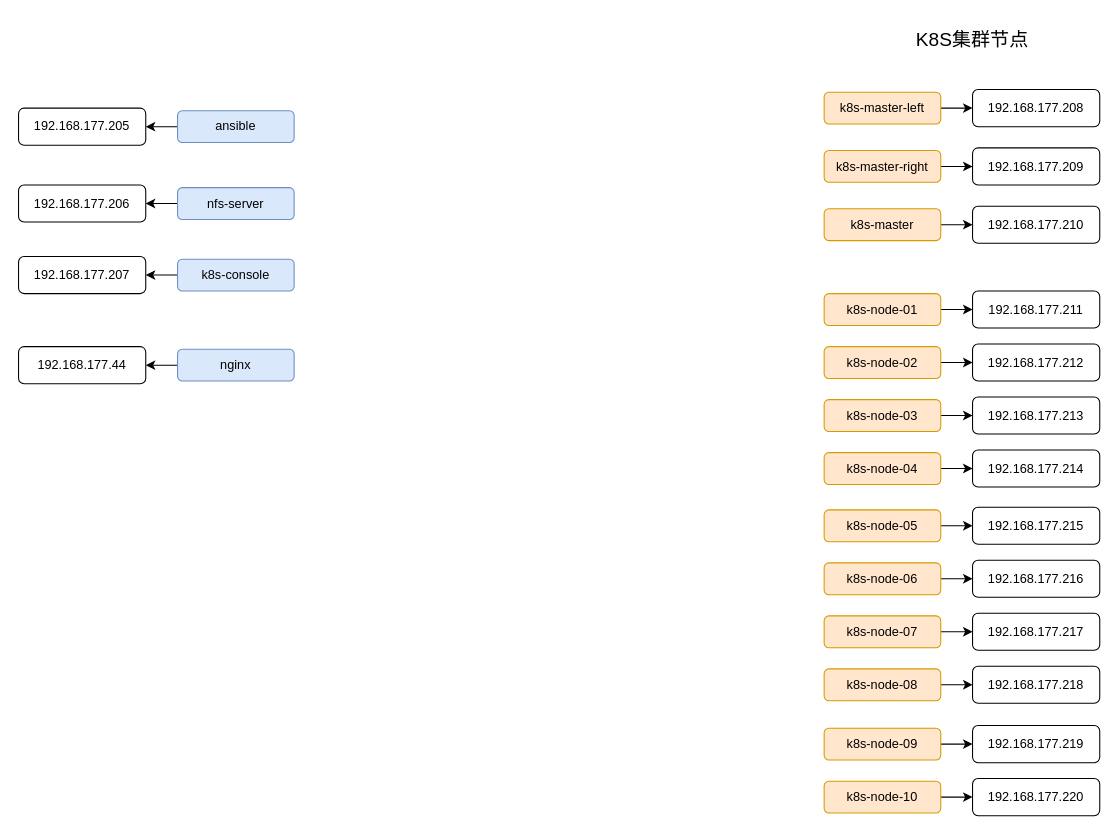
Before: juneyao/均瑶云k8s环境.drawio in sjwayrhz/diagrams, a draw.io diagram. Source tidied: cells renumbered, new cells numbered last; positions are measured from the earlier drawing's top-left corner, leaving out a move shared by most shapes. Both pictures are drawn from the tidied source at 106%, with x=0, y=0 at pixel (18, 18).
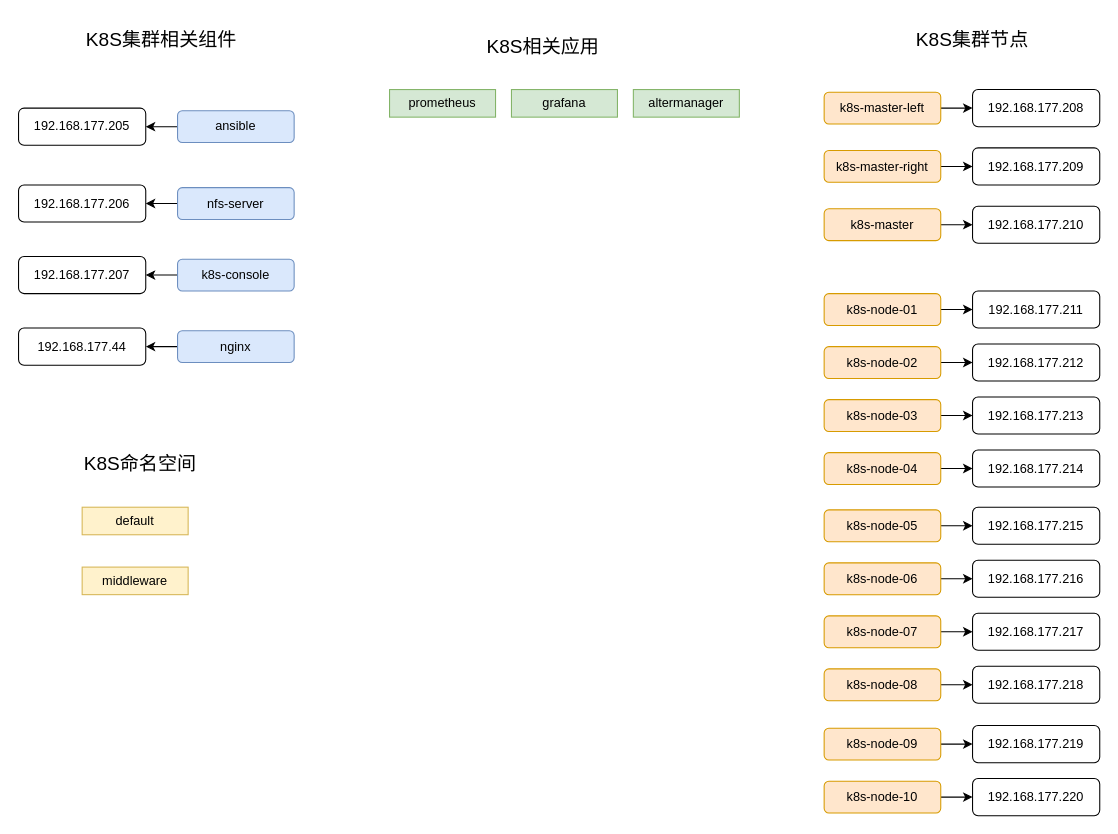
The same diagram, later.

Commit message (it also covers changes not shown here):
Update 均瑶云k8s环境.drawio

Diff of the diagram source:
```diff
@@
     <mxCell id="52" value="192.168.177.44" style="rounded=1;whiteSpace=wrap;html=1;" parent="1" vertex="1">
-      <mxGeometry y="309.5" width="120" height="35" as="geometry" />
+      <mxGeometry y="292" width="120" height="35" as="geometry" />
     </mxCell>
     <mxCell id="53" value="nginx" style="rounded=1;whiteSpace=wrap;html=1;fillColor=#dae8fc;strokeColor=#6c8ebf;" parent="1" vertex="1">
-      <mxGeometry x="150" y="312" width="110" height="30" as="geometry" />
+      <mxGeometry x="150" y="294.5" width="110" height="30" as="geometry" />
     </mxCell>
+    <mxCell id="54" value="&lt;font style=&quot;font-size: 18px&quot;&gt;K8S集群相关组件&lt;/font&gt;" style="text;html=1;strokeColor=none;fillColor=none;align=center;verticalAlign=middle;whiteSpace=wrap;rounded=0;" parent="1" vertex="1">
+      <mxGeometry x="50" width="170" height="40" as="geometry" />
+    </mxCell>
+    <mxCell id="55" value="&lt;font style=&quot;font-size: 18px&quot;&gt;K8S相关应用&lt;/font&gt;" style="text;html=1;strokeColor=none;fillColor=none;align=center;verticalAlign=middle;whiteSpace=wrap;rounded=0;" parent="1" vertex="1">
+      <mxGeometry x="410" y="7" width="170" height="40" as="geometry" />
+    </mxCell>
+    <mxCell id="56" value="&lt;font style=&quot;font-size: 18px&quot;&gt;K8S命名空间&lt;/font&gt;" style="text;html=1;strokeColor=none;fillColor=none;align=center;verticalAlign=middle;whiteSpace=wrap;rounded=0;" parent="1" vertex="1">
+      <mxGeometry x="30" y="399.5" width="170" height="40" as="geometry" />
+    </mxCell>
+    <mxCell id="57" value="default" style="rounded=0;whiteSpace=wrap;html=1;fillColor=#fff2cc;strokeColor=#d6b656;" parent="1" vertex="1">
+      <mxGeometry x="60" y="461" width="100" height="26" as="geometry" />
+    </mxCell>
+    <mxCell id="58" value="middleware" style="rounded=0;whiteSpace=wrap;html=1;fillColor=#fff2cc;strokeColor=#d6b656;" parent="1" vertex="1">
+      <mxGeometry x="60" y="517.5" width="100" height="26" as="geometry" />
+    </mxCell>
+    <mxCell id="59" value="prometheus" style="rounded=0;whiteSpace=wrap;html=1;fillColor=#d5e8d4;strokeColor=#82b366;" parent="1" vertex="1">
+      <mxGeometry x="350" y="67" width="100" height="26" as="geometry" />
+    </mxCell>
+    <mxCell id="60" value="grafana" style="rounded=0;whiteSpace=wrap;html=1;fillColor=#d5e8d4;strokeColor=#82b366;" parent="1" vertex="1">
+      <mxGeometry x="465" y="67" width="100" height="26" as="geometry" />
+    </mxCell>
+    <mxCell id="61" value="altermanager" style="rounded=0;whiteSpace=wrap;html=1;fillColor=#d5e8d4;strokeColor=#82b366;" parent="1" vertex="1">
+      <mxGeometry x="580" y="67" width="100" height="26" as="geometry" />
+    </mxCell>
```
